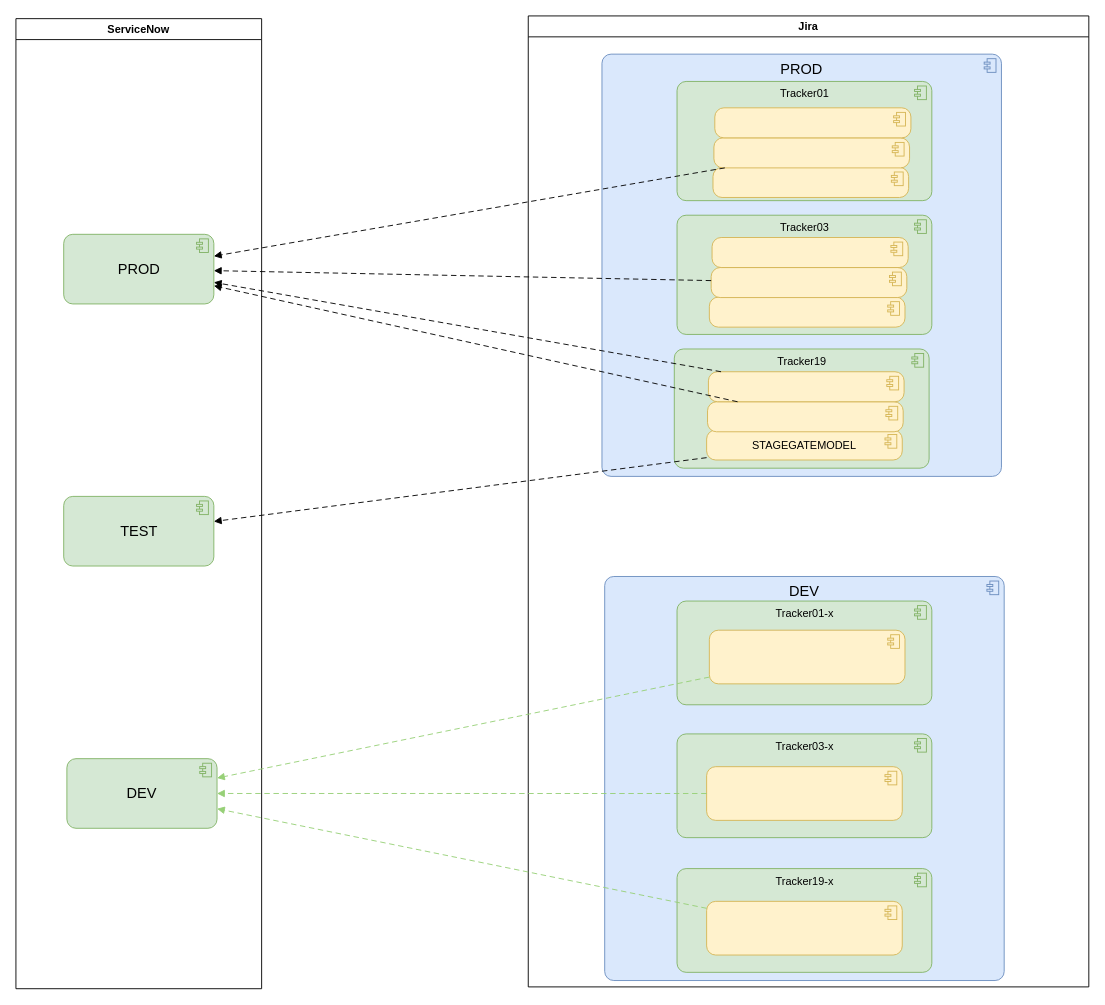
Earlier version of the draw.io diagram page "WebHooks" (3 of 13) of Bosch.drawio (algimas/tmp). Source tidied: cells renumbered, new cells numbered last; positions are measured from the earlier drawing's top-left corner, leaving out a move shared by most shapes. Both pictures are drawn from the tidied source at 91%, with x=0, y=0 at pixel (15, 15).
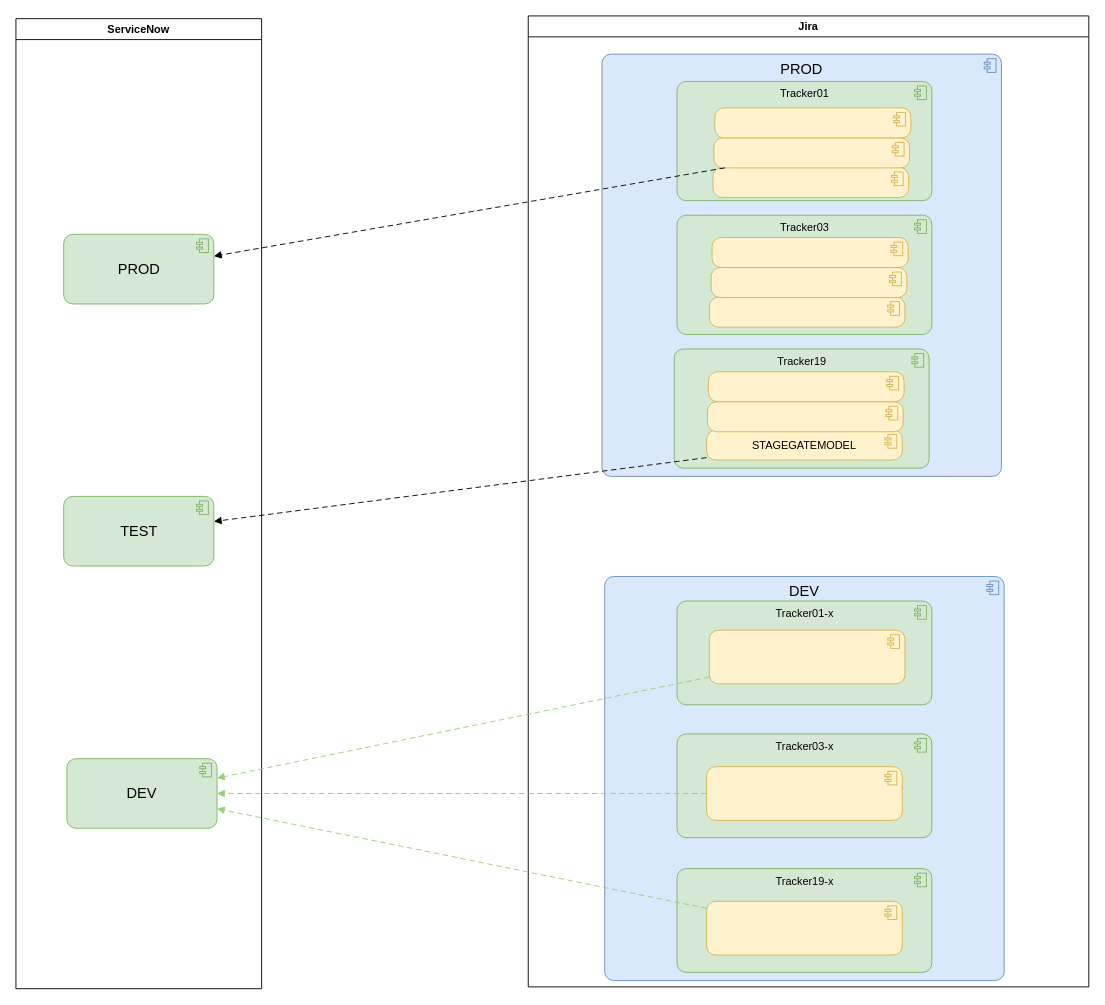
The same diagram, later.

The change refers to these unchanged cells:
```xml
<mxCell id="3" value="PROD" style="html=1;outlineConnect=0;whiteSpace=wrap;fillColor=#d5e8d4;shape=mxgraph.archimate3.application;appType=comp;archiType=rounded;strokeColor=#82b366;verticalAlign=middle;fontStyle=0;fontSize=16;" parent="2" vertex="1">
  <mxGeometry x="52.5" y="237" width="165" height="76.5" as="geometry" />
</mxCell>
<mxCell id="19" style="html=1;outlineConnect=0;whiteSpace=wrap;fillColor=#fff2cc;shape=mxgraph.archimate3.application;appType=comp;archiType=rounded;strokeColor=#d6b656;verticalAlign=middle;fontStyle=0;fontSize=12;" parent="6" vertex="1">
  <mxGeometry x="197" y="424" width="215" height="33" as="geometry" />
</mxCell>
<mxCell id="21" style="html=1;outlineConnect=0;whiteSpace=wrap;fillColor=#fff2cc;shape=mxgraph.archimate3.application;appType=comp;archiType=rounded;strokeColor=#d6b656;verticalAlign=middle;fontStyle=0;fontSize=12;" parent="6" vertex="1">
  <mxGeometry x="201" y="276.5" width="215" height="33" as="geometry" />
</mxCell>
<mxCell id="26" style="html=1;outlineConnect=0;whiteSpace=wrap;fillColor=#fff2cc;shape=mxgraph.archimate3.application;appType=comp;archiType=rounded;strokeColor=#d6b656;verticalAlign=middle;fontStyle=0;fontSize=12;" parent="6" vertex="1">
  <mxGeometry x="198" y="391" width="215" height="33" as="geometry" />
</mxCell>
```

What changed in the source:
```diff
@@
-    <mxCell id="31" style="html=1;endArrow=block;dashed=1;elbow=vertical;endFill=1;dashPattern=6 4;rounded=0;fontSize=12;fontStyle=0;" parent="1" edge="1" source="19" target="3">
-      <mxGeometry relative="1" as="geometry" />
-    </mxCell>
-    <mxCell id="32" style="html=1;endArrow=block;dashed=1;elbow=vertical;endFill=1;dashPattern=6 4;rounded=0;fontSize=12;fontStyle=0;" parent="1" edge="1" source="26" target="3">
-      <mxGeometry relative="1" as="geometry" />
-    </mxCell>
-    <mxCell id="33" style="html=1;endArrow=block;dashed=1;elbow=vertical;endFill=1;dashPattern=6 4;rounded=0;fontSize=12;fontStyle=0;" parent="1" edge="1" source="21" target="3">
-      <mxGeometry relative="1" as="geometry" />
-    </mxCell>
```
